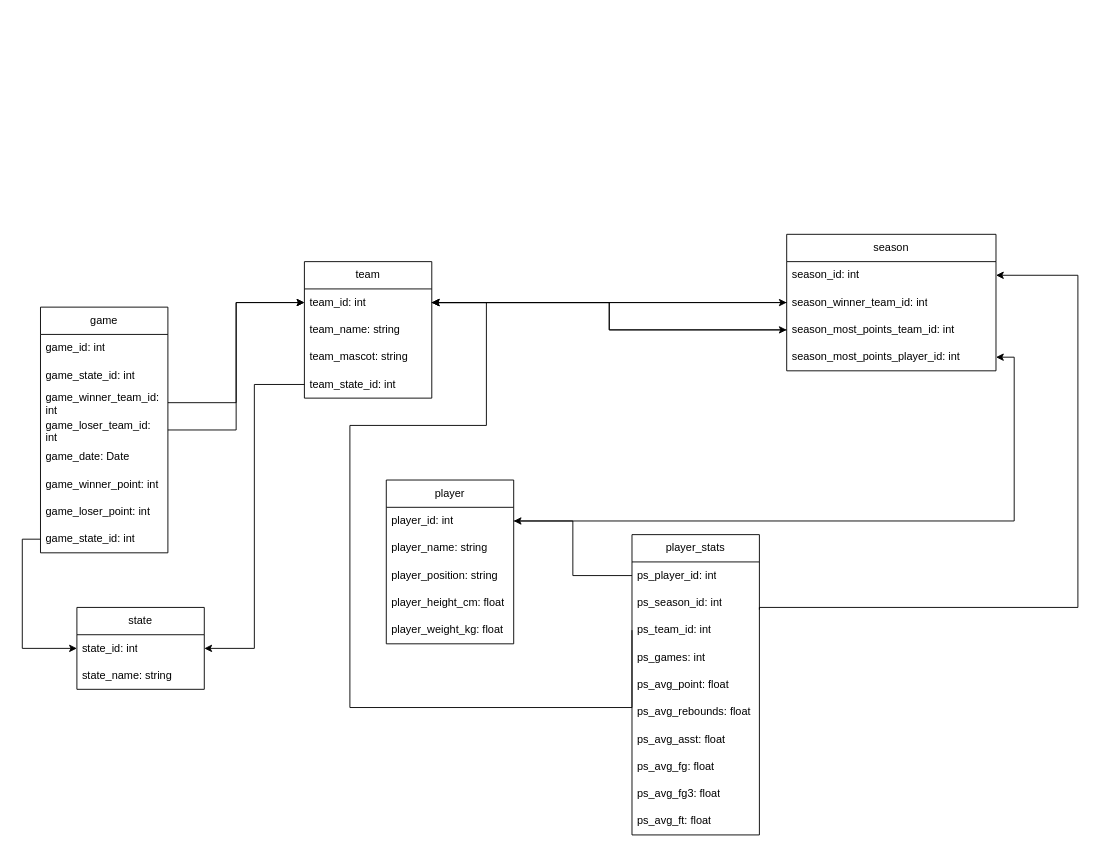
Fin-NewWin/cse111-project keeps this draw.io diagram as er_diagram.drawio. Above is the earlier version. Source tidied: cells renumbered, new cells numbered last; positions are measured from the earlier drawing's top-left corner, leaving out a move shared by most shapes. Both pictures are drawn from the tidied source at 91%, with x=0, y=0 at pixel (40, 234).
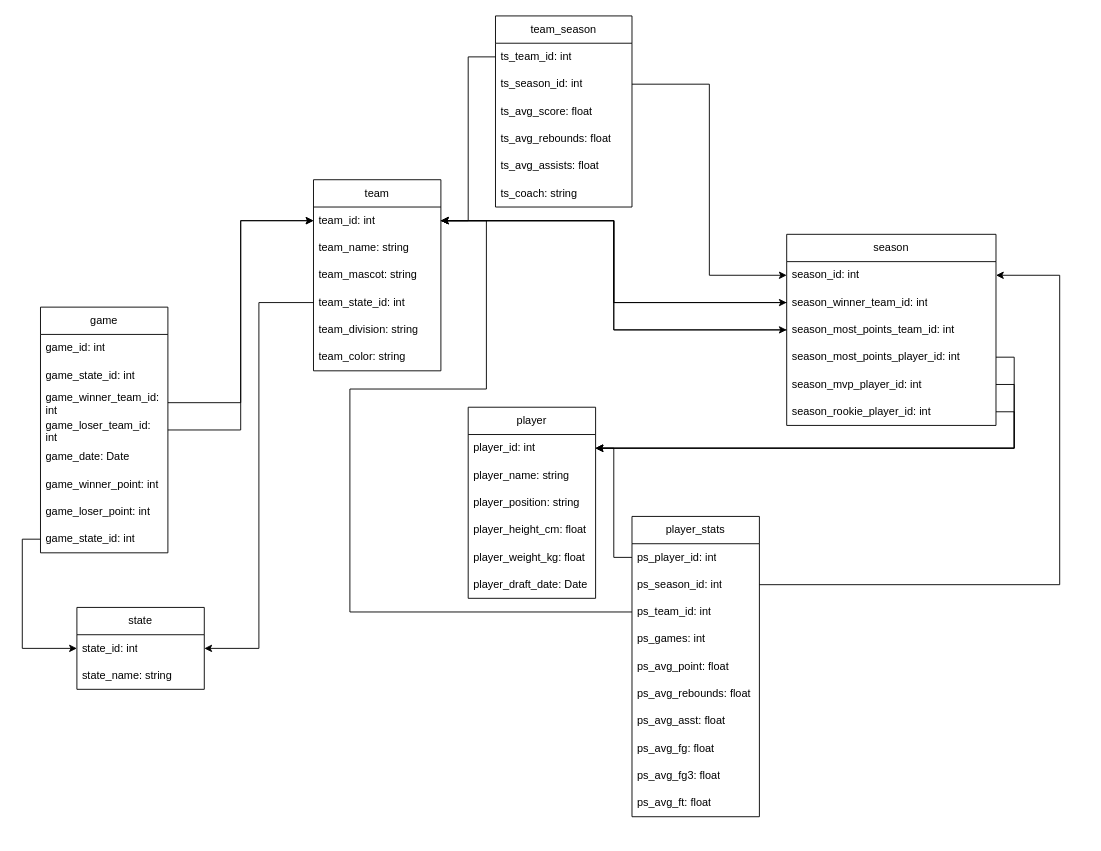
Above is the later version.

The change refers to these unchanged cells:
```xml
<mxCell id="3" value="team_id: int" style="text;strokeColor=none;fillColor=none;align=left;verticalAlign=middle;spacingLeft=4;spacingRight=4;overflow=hidden;points=[[0,0.5],[1,0.5]];portConstraint=eastwest;whiteSpace=wrap;html=1;" parent="2" vertex="1">
  <mxGeometry y="30" width="140" height="30" as="geometry" />
</mxCell>
<mxCell id="8" value="player_id: int" style="text;strokeColor=none;fillColor=none;align=left;verticalAlign=middle;spacingLeft=4;spacingRight=4;overflow=hidden;points=[[0,0.5],[1,0.5]];portConstraint=eastwest;whiteSpace=wrap;html=1;" parent="7" vertex="1">
  <mxGeometry y="30" width="140" height="30" as="geometry" />
</mxCell>
<mxCell id="27" value="ps_season_id: int" style="text;strokeColor=none;fillColor=none;align=left;verticalAlign=middle;spacingLeft=4;spacingRight=4;overflow=hidden;points=[[0,0.5],[1,0.5]];portConstraint=eastwest;whiteSpace=wrap;html=1;" parent="25" vertex="1">
  <mxGeometry y="60" width="140" height="30" as="geometry" />
</mxCell>
<mxCell id="28" value="ps_team_id: int" style="text;strokeColor=none;fillColor=none;align=left;verticalAlign=middle;spacingLeft=4;spacingRight=4;overflow=hidden;points=[[0,0.5],[1,0.5]];portConstraint=eastwest;whiteSpace=wrap;html=1;" parent="25" vertex="1">
  <mxGeometry y="90" width="140" height="30" as="geometry" />
</mxCell>
<mxCell id="37" value="season_id: int" style="text;strokeColor=none;fillColor=none;align=left;verticalAlign=middle;spacingLeft=4;spacingRight=4;overflow=hidden;points=[[0,0.5],[1,0.5]];portConstraint=eastwest;whiteSpace=wrap;html=1;" parent="36" vertex="1">
  <mxGeometry y="30" width="230" height="30" as="geometry" />
</mxCell>
<mxCell id="40" value="season_most_points_player_id: int" style="text;strokeColor=none;fillColor=none;align=left;verticalAlign=middle;spacingLeft=4;spacingRight=4;overflow=hidden;points=[[0,0.5],[1,0.5]];portConstraint=eastwest;whiteSpace=wrap;html=1;" parent="36" vertex="1">
  <mxGeometry y="120" width="230" height="30" as="geometry" />
</mxCell>
```

The edit, as a diff of the source:
```diff
@@
     <mxCell id="2" value="team" style="swimlane;fontStyle=0;horizontal=1;startSize=30;whiteSpace=wrap;html=1;" parent="1" vertex="1">
-      <mxGeometry x="290" y="30" width="140" height="150" as="geometry" />
+      <mxGeometry x="300" y="-60" width="140" height="210" as="geometry" />
     </mxCell>
@@
+    <mxCell id="53" value="team_division: string" style="text;strokeColor=none;fillColor=none;align=left;verticalAlign=middle;spacingLeft=4;spacingRight=4;overflow=hidden;whiteSpace=wrap;html=1;" parent="2" vertex="1">
+      <mxGeometry y="150" width="140" height="30" as="geometry" />
+    </mxCell>
+    <mxCell id="54" value="team_color: string" style="text;strokeColor=none;fillColor=none;align=left;verticalAlign=middle;spacingLeft=4;spacingRight=4;overflow=hidden;whiteSpace=wrap;html=1;" parent="2" vertex="1">
+      <mxGeometry y="180" width="140" height="30" as="geometry" />
+    </mxCell>
     <mxCell id="7" value="player" style="swimlane;fontStyle=0;horizontal=1;startSize=30;whiteSpace=wrap;html=1;" parent="1" vertex="1">
-      <mxGeometry x="380" y="270" width="140" height="180" as="geometry" />
+      <mxGeometry x="470" y="190" width="140" height="210" as="geometry" />
     </mxCell>
@@
+    <mxCell id="55" value="player_draft_date: Date" style="text;strokeColor=none;fillColor=none;align=left;verticalAlign=middle;spacingLeft=4;spacingRight=4;overflow=hidden;whiteSpace=wrap;html=1;" parent="7" vertex="1">
+      <mxGeometry y="180" width="140" height="30" as="geometry" />
+    </mxCell>
@@
-    <mxCell id="24" style="edgeStyle=orthogonalEdgeStyle;rounded=0;jettySize=auto;html=1;exitX=1;exitY=0.25;exitDx=0;exitDy=0;entryX=1;entryY=0.5;entryDx=0;entryDy=0;" parent="1" edge="1" source="25" target="37">
-      <mxGeometry relative="1" as="geometry">
-        <Array as="points">
-          <mxPoint x="790" y="410" />
-          <mxPoint x="1140" y="410" />
-          <mxPoint x="1140" y="45" />
-        </Array>
-      </mxGeometry>
-    </mxCell>
     <mxCell id="25" value="player_stats" style="swimlane;fontStyle=0;horizontal=1;startSize=30;whiteSpace=wrap;html=1;" parent="1" vertex="1">
-      <mxGeometry x="650" y="330" width="140" height="330" as="geometry" />
+      <mxGeometry x="650" y="310" width="140" height="330" as="geometry" />
     </mxCell>
@@
     <mxCell id="36" value="season" style="swimlane;fontStyle=0;horizontal=1;startSize=30;whiteSpace=wrap;html=1;" parent="1" vertex="1">
-      <mxGeometry x="820" width="230" height="150" as="geometry" />
+      <mxGeometry x="820" width="230" height="210" as="geometry" />
     </mxCell>
@@
+    <mxCell id="56" value="season_mvp_player_id: int" style="text;strokeColor=none;fillColor=none;align=left;verticalAlign=middle;spacingLeft=4;spacingRight=4;overflow=hidden;points=[[0,0.5],[1,0.5]];portConstraint=eastwest;whiteSpace=wrap;html=1;" parent="36" vertex="1">
+      <mxGeometry y="150" width="230" height="30" as="geometry" />
+    </mxCell>
+    <mxCell id="57" value="season_rookie_player_id: int" style="text;strokeColor=none;fillColor=none;align=left;verticalAlign=middle;spacingLeft=4;spacingRight=4;overflow=hidden;points=[[0,0.5],[1,0.5]];portConstraint=eastwest;whiteSpace=wrap;html=1;" parent="36" vertex="1">
+      <mxGeometry y="180" width="230" height="30" as="geometry" />
+    </mxCell>
@@
-    <mxCell id="48" style="edgeStyle=orthogonalEdgeStyle;rounded=0;jettySize=auto;html=1;exitX=1;exitY=0.5;exitDx=0;exitDy=0;entryX=1;entryY=0.5;entryDx=0;entryDy=0;" parent="1" edge="1" source="8" target="40">
-      <mxGeometry relative="1" as="geometry" />
-    </mxCell>
@@
     <mxCell id="51" style="edgeStyle=orthogonalEdgeStyle;rounded=0;jettySize=auto;html=1;exitX=0;exitY=0.5;exitDx=0;exitDy=0;entryX=1;entryY=0.5;entryDx=0;entryDy=0;" parent="1" edge="1" source="28" target="3">
       <mxGeometry relative="1" as="geometry">
         <Array as="points">
-          <mxPoint x="650" y="520" />
-          <mxPoint x="340" y="520" />
-          <mxPoint x="340" y="210" />
-          <mxPoint x="490" y="210" />
-          <mxPoint x="490" y="75" />
+          <mxPoint x="340" y="415" />
+          <mxPoint x="340" y="170" />
+          <mxPoint x="490" y="170" />
+          <mxPoint x="490" y="-15" />
         </Array>
       </mxGeometry>
     </mxCell>
@@
+    <mxCell id="58" style="edgeStyle=orthogonalEdgeStyle;rounded=0;jettySize=auto;html=1;exitX=1;exitY=0.5;exitDx=0;exitDy=0;entryX=1;entryY=0.5;entryDx=0;entryDy=0;" parent="1" edge="1" source="57" target="8">
+      <mxGeometry relative="1" as="geometry" />
+    </mxCell>
+    <mxCell id="59" style="edgeStyle=orthogonalEdgeStyle;rounded=0;jettySize=auto;html=1;exitX=1;exitY=0.5;exitDx=0;exitDy=0;entryX=1;entryY=0.5;entryDx=0;entryDy=0;" parent="1" edge="1" source="56" target="8">
+      <mxGeometry relative="1" as="geometry" />
+    </mxCell>
+    <mxCell id="60" style="edgeStyle=orthogonalEdgeStyle;rounded=0;jettySize=auto;html=1;exitX=1;exitY=0.5;exitDx=0;exitDy=0;entryX=1;entryY=0.5;entryDx=0;entryDy=0;" parent="1" edge="1" source="40" target="8">
+      <mxGeometry relative="1" as="geometry" />
+    </mxCell>
+    <mxCell id="61" value="team_season" style="swimlane;fontStyle=0;horizontal=1;startSize=30;whiteSpace=wrap;html=1;" parent="1" vertex="1">
+      <mxGeometry x="500" y="-240" width="150" height="210" as="geometry" />
+    </mxCell>
+    <mxCell id="62" value="ts_team_id: int" style="text;strokeColor=none;fillColor=none;align=left;verticalAlign=middle;spacingLeft=4;spacingRight=4;overflow=hidden;points=[[0,0.5],[1,0.5]];portConstraint=eastwest;whiteSpace=wrap;html=1;" parent="61" vertex="1">
+      <mxGeometry y="30" width="150" height="30" as="geometry" />
+    </mxCell>
+    <mxCell id="63" value="ts_season_id: int" style="text;strokeColor=none;fillColor=none;align=left;verticalAlign=middle;spacingLeft=4;spacingRight=4;overflow=hidden;points=[[0,0.5],[1,0.5]];portConstraint=eastwest;whiteSpace=wrap;html=1;" parent="61" vertex="1">
+      <mxGeometry y="60" width="150" height="30" as="geometry" />
+    </mxCell>
+    <mxCell id="64" value="ts_avg_score: float" style="text;strokeColor=none;fillColor=none;align=left;verticalAlign=middle;spacingLeft=4;spacingRight=4;overflow=hidden;whiteSpace=wrap;html=1;" parent="61" vertex="1">
+      <mxGeometry y="90" width="150" height="30" as="geometry" />
+    </mxCell>
+    <mxCell id="65" value="ts_avg_rebounds: float" style="text;strokeColor=none;fillColor=none;align=left;verticalAlign=middle;spacingLeft=4;spacingRight=4;overflow=hidden;whiteSpace=wrap;html=1;" parent="61" vertex="1">
+      <mxGeometry y="120" width="150" height="30" as="geometry" />
+    </mxCell>
+    <mxCell id="66" value="ts_avg_assists: float" style="text;strokeColor=none;fillColor=none;align=left;verticalAlign=middle;spacingLeft=4;spacingRight=4;overflow=hidden;whiteSpace=wrap;html=1;" parent="61" vertex="1">
+      <mxGeometry y="150" width="150" height="30" as="geometry" />
+    </mxCell>
+    <mxCell id="67" value="ts_coach: string" style="text;strokeColor=none;fillColor=none;align=left;verticalAlign=middle;spacingLeft=4;spacingRight=4;overflow=hidden;whiteSpace=wrap;html=1;" parent="61" vertex="1">
+      <mxGeometry y="180" width="150" height="30" as="geometry" />
+    </mxCell>
+    <mxCell id="68" style="edgeStyle=orthogonalEdgeStyle;rounded=0;jettySize=auto;html=1;exitX=0;exitY=0.5;exitDx=0;exitDy=0;entryX=1;entryY=0.5;entryDx=0;entryDy=0;" parent="1" edge="1" source="62" target="3">
+      <mxGeometry relative="1" as="geometry" />
+    </mxCell>
+    <mxCell id="69" style="edgeStyle=orthogonalEdgeStyle;rounded=0;jettySize=auto;html=1;exitX=1;exitY=0.5;exitDx=0;exitDy=0;entryX=0;entryY=0.5;entryDx=0;entryDy=0;" parent="1" edge="1" source="63" target="37">
+      <mxGeometry relative="1" as="geometry" />
+    </mxCell>
+    <mxCell id="70" style="edgeStyle=orthogonalEdgeStyle;rounded=0;jettySize=auto;html=1;exitX=1;exitY=0.5;exitDx=0;exitDy=0;entryX=1;entryY=0.5;entryDx=0;entryDy=0;" parent="1" edge="1" source="27" target="37">
+      <mxGeometry relative="1" as="geometry">
+        <Array as="points">
+          <mxPoint x="1120" y="385" />
+          <mxPoint x="1120" y="45" />
+        </Array>
+      </mxGeometry>
+    </mxCell>
```
